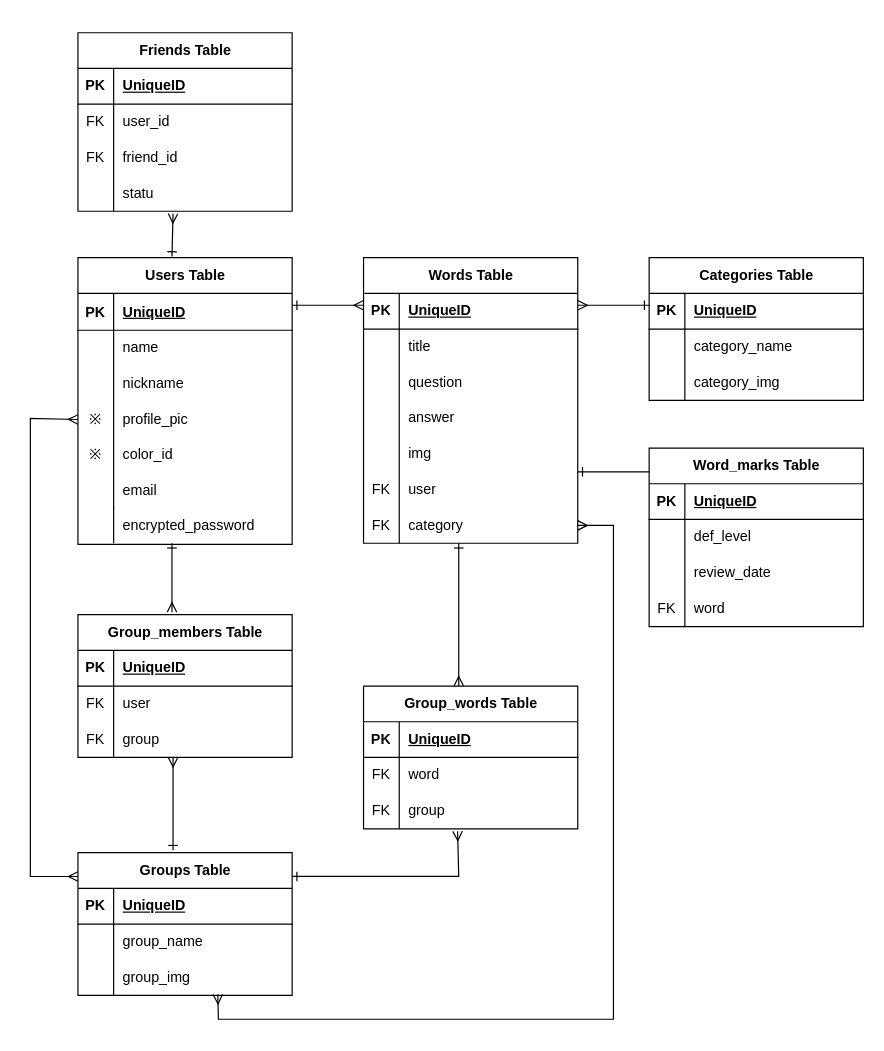
The draw.io diagram DB.dio in Yuri1031/word-app, before the edit. Source tidied: cells renumbered, new cells numbered last; positions are measured from the earlier drawing's top-left corner, leaving out a move shared by most shapes. Both pictures are drawn from the tidied source at 119%, with x=0, y=0 at pixel (30, 20).
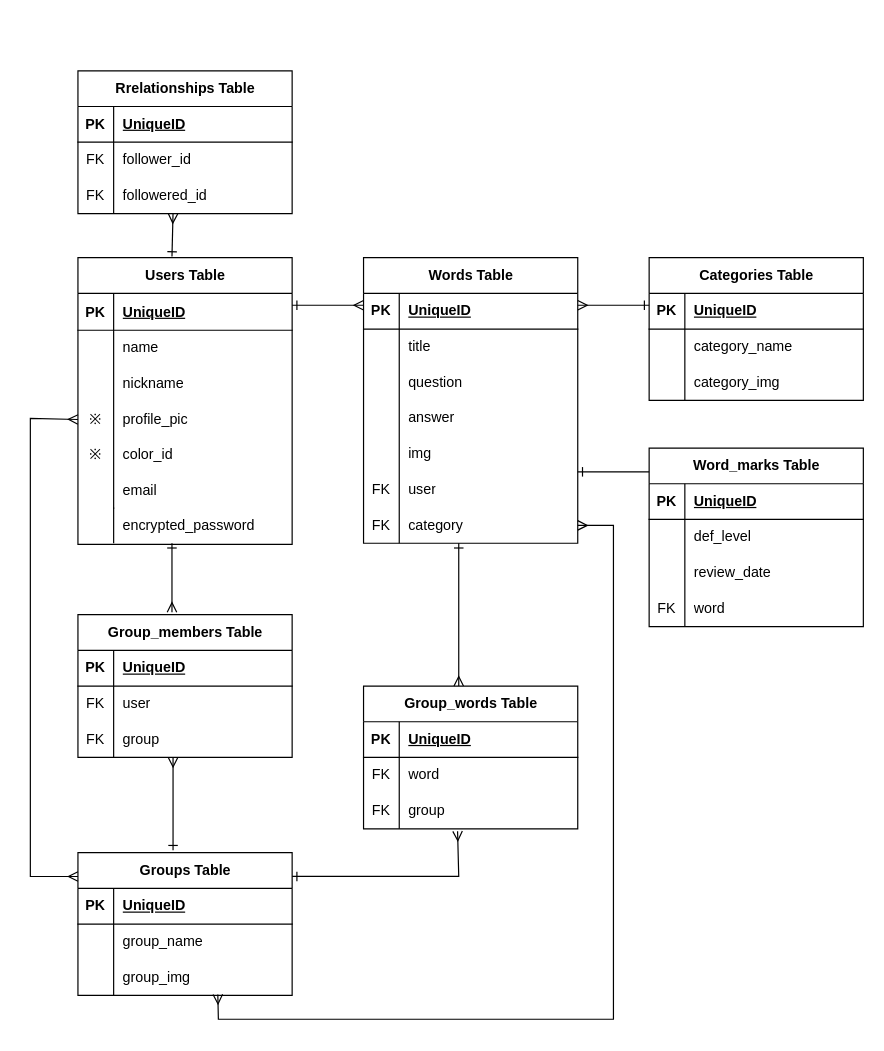
The same diagram, later.

The change refers to these unchanged cells:
```xml
<mxCell id="2" value="Users Table" style="shape=table;startSize=30;childLayout=tableLayout;rowLines=0;fontStyle=1;align=center;html=1;" parent="1" vertex="1">
  <mxGeometry x="40" y="199" width="180" height="241" as="geometry" />
</mxCell>
<mxCell id="113" style="shape=tableRow;horizontal=0;startSize=0;swimlaneHead=0;swimlaneBody=0;fillColor=none;top=0;left=0;right=0;bottom=0;" parent="109" vertex="1">
  <mxGeometry y="60" width="180" height="30" as="geometry" />
</mxCell>
<mxCell id="116" style="shape=tableRow;horizontal=0;startSize=0;swimlaneHead=0;swimlaneBody=0;fillColor=none;top=0;left=0;right=0;bottom=0;" parent="109" vertex="1">
  <mxGeometry y="90" width="180" height="30" as="geometry" />
</mxCell>
```

The edit, as a diff of the source:
```diff
@@
-    <mxCell id="109" value="Friends Table" style="shape=table;startSize=30;childLayout=tableLayout;rowLines=0;fontStyle=1;align=center;html=1;" parent="1" vertex="1">
-      <mxGeometry x="40" y="10" width="180" height="150" as="geometry" />
+    <mxCell id="109" value="Rrelationships Table" style="shape=table;startSize=30;childLayout=tableLayout;rowLines=0;fontStyle=1;align=center;html=1;" parent="1" vertex="1">
+      <mxGeometry x="40" y="42" width="180" height="120" as="geometry" />
     </mxCell>
@@
-    <mxCell id="115" value="user_id" style="shape=partialRectangle;fillColor=none;top=0;left=0;bottom=0;right=0;align=left;spacingLeft=6;overflow=hidden;whiteSpace=wrap;html=1;" parent="113" vertex="1">
+    <mxCell id="115" value="follower_id" style="shape=partialRectangle;fillColor=none;top=0;left=0;bottom=0;right=0;align=left;spacingLeft=6;overflow=hidden;whiteSpace=wrap;html=1;" parent="113" vertex="1">
       <mxGeometry x="30" width="150" height="30" as="geometry" />
     </mxCell>
@@
-    <mxCell id="118" value="friend_id" style="shape=partialRectangle;fillColor=none;top=0;left=0;bottom=0;right=0;align=left;spacingLeft=6;overflow=hidden;whiteSpace=wrap;html=1;" parent="116" vertex="1">
+    <mxCell id="118" value="f&lt;span style=&quot;color: rgb(0, 0, 0);&quot;&gt;ollowered&lt;/span&gt;_id" style="shape=partialRectangle;fillColor=none;top=0;left=0;bottom=0;right=0;align=left;spacingLeft=6;overflow=hidden;whiteSpace=wrap;html=1;" parent="116" vertex="1">
       <mxGeometry x="30" width="150" height="30" as="geometry" />
     </mxCell>
-    <mxCell id="119" style="shape=tableRow;horizontal=0;startSize=0;swimlaneHead=0;swimlaneBody=0;fillColor=none;points=[[0,0.5],[1,0.5]];portConstraint=eastwest;top=0;left=0;right=0;bottom=0;" parent="109" vertex="1">
-      <mxGeometry y="120" width="180" height="30" as="geometry" />
-    </mxCell>
-    <mxCell id="120" style="shape=partialRectangle;fillColor=none;top=0;left=0;bottom=0;right=0;overflow=hidden;whiteSpace=wrap;html=1;" parent="119" vertex="1">
-      <mxGeometry width="30" height="30" as="geometry" />
-    </mxCell>
-    <mxCell id="121" value="statu" style="shape=partialRectangle;fillColor=none;top=0;left=0;bottom=0;right=0;align=left;spacingLeft=6;overflow=hidden;whiteSpace=wrap;html=1;" parent="119" vertex="1">
-      <mxGeometry x="30" width="150" height="30" as="geometry" />
-    </mxCell>
-    <mxCell id="122" style="endArrow=ERmany;html=1;rounded=0;endFill=0;startArrow=ERone;startFill=0;entryX=0.444;entryY=1.067;entryDx=0;entryDy=0;entryPerimeter=0;exitX=0.439;exitY=-0.004;exitDx=0;exitDy=0;exitPerimeter=0;" parent="1" edge="1" source="2" target="119">
-      <mxGeometry relative="1" as="geometry" />
+    <mxCell id="122" style="endArrow=ERmany;html=1;rounded=0;endFill=0;startArrow=ERone;startFill=0;entryX=0.444;entryY=1.067;entryDx=0;entryDy=0;entryPerimeter=0;exitX=0.439;exitY=-0.004;exitDx=0;exitDy=0;exitPerimeter=0;" parent="1" edge="1" source="2">
+      <mxGeometry relative="1" as="geometry">
+        <mxPoint x="119.9" y="162" as="targetPoint" />
+      </mxGeometry>
     </mxCell>
```
